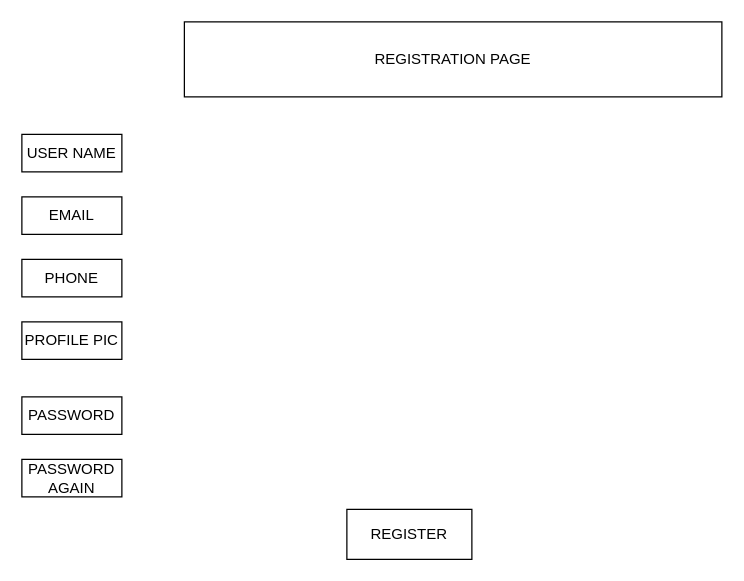
The draw.io diagram page "REGISTER" (5 of 7) of Untitled Diagram.drawio in deepak21devops/social-design, before the edit. Source tidied: cells renumbered, new cells numbered last; positions are measured from the earlier drawing's top-left corner, leaving out a move shared by most shapes. Both pictures are drawn from the tidied source at 125%, with x=0, y=0 at pixel (21, 21).
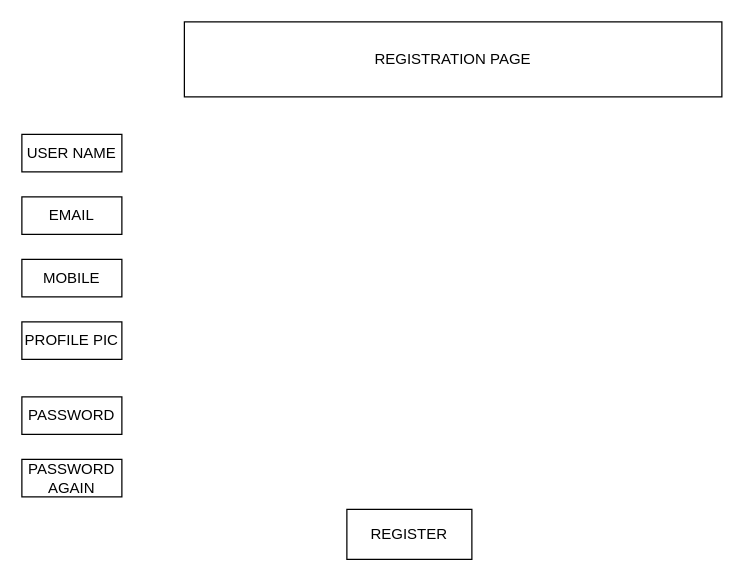
Above is the later version.

Change to the diagram source:
```diff
@@
 <mxGraphModel>
   <root>
     <mxCell id="0" />
     <mxCell id="1" parent="0" />
     <mxCell id="2" value="REGISTRATION PAGE" style="rounded=0;whiteSpace=wrap;html=1;fontSize=12;fillColor=#FFFFFF;align=center;" parent="1" vertex="1">
       <mxGeometry x="130" width="430" height="60" as="geometry" />
     </mxCell>
     <mxCell id="3" value="USER NAME" style="rounded=0;whiteSpace=wrap;html=1;fontSize=12;fillColor=#FFFFFF;align=center;" parent="1" vertex="1">
       <mxGeometry y="90" width="80" height="30" as="geometry" />
     </mxCell>
     <mxCell id="4" value="EMAIL" style="rounded=0;whiteSpace=wrap;html=1;fontSize=12;fillColor=#FFFFFF;align=center;" parent="1" vertex="1">
       <mxGeometry y="140" width="80" height="30" as="geometry" />
     </mxCell>
-    <mxCell id="5" value="PHONE" style="rounded=0;whiteSpace=wrap;html=1;fontSize=12;fillColor=#FFFFFF;align=center;" parent="1" vertex="1">
+    <mxCell id="5" value="MOBILE" style="rounded=0;whiteSpace=wrap;html=1;fontSize=12;fillColor=#FFFFFF;align=center;" parent="1" vertex="1">
       <mxGeometry y="190" width="80" height="30" as="geometry" />
     </mxCell>
     <mxCell id="6" value="PROFILE PIC" style="rounded=0;whiteSpace=wrap;html=1;fontSize=12;fillColor=#FFFFFF;align=center;" parent="1" vertex="1">
       <mxGeometry y="240" width="80" height="30" as="geometry" />
     </mxCell>
     <mxCell id="7" value="PASSWORD" style="rounded=0;whiteSpace=wrap;html=1;fontSize=12;fillColor=#FFFFFF;align=center;" parent="1" vertex="1">
       <mxGeometry y="300" width="80" height="30" as="geometry" />
     </mxCell>
     <mxCell id="8" value="PASSWORD AGAIN" style="rounded=0;whiteSpace=wrap;html=1;fontSize=12;fillColor=#FFFFFF;align=center;" parent="1" vertex="1">
       <mxGeometry y="350" width="80" height="30" as="geometry" />
     </mxCell>
     <mxCell id="9" value="REGISTER" style="rounded=0;whiteSpace=wrap;html=1;fontSize=12;fillColor=#FFFFFF;align=center;" parent="1" vertex="1">
       <mxGeometry x="260" y="390" width="100" height="40" as="geometry" />
     </mxCell>
   </root>
 </mxGraphModel>
```
